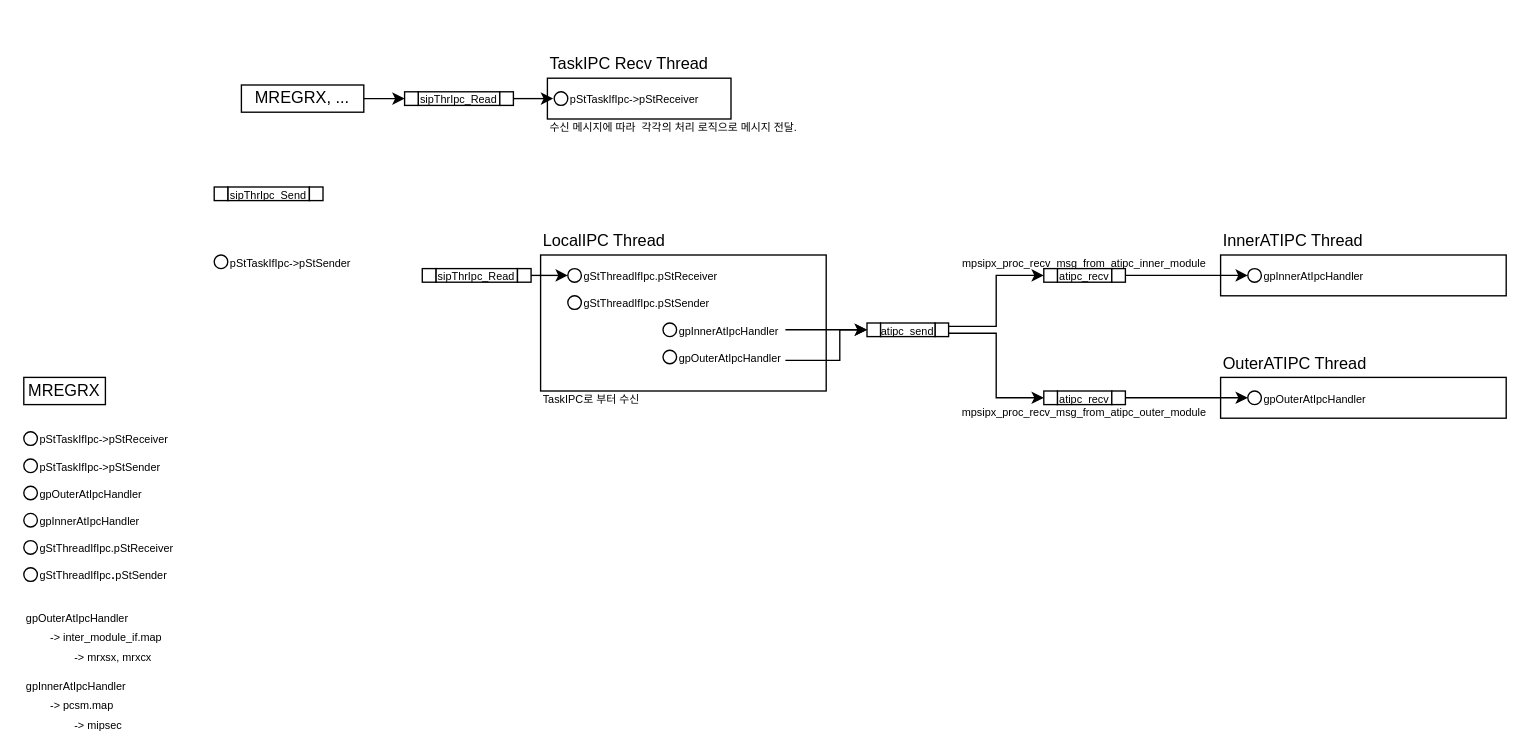
Before: MPSIPX.drawio in JaeHyeon774/NEWTIL, a draw.io diagram. Source tidied: cells renumbered, new cells numbered last; positions are measured from the earlier drawing's top-left corner, leaving out a move shared by most shapes. Both pictures are drawn from the tidied source at 136%, with x=0, y=0 at pixel (23, 50).
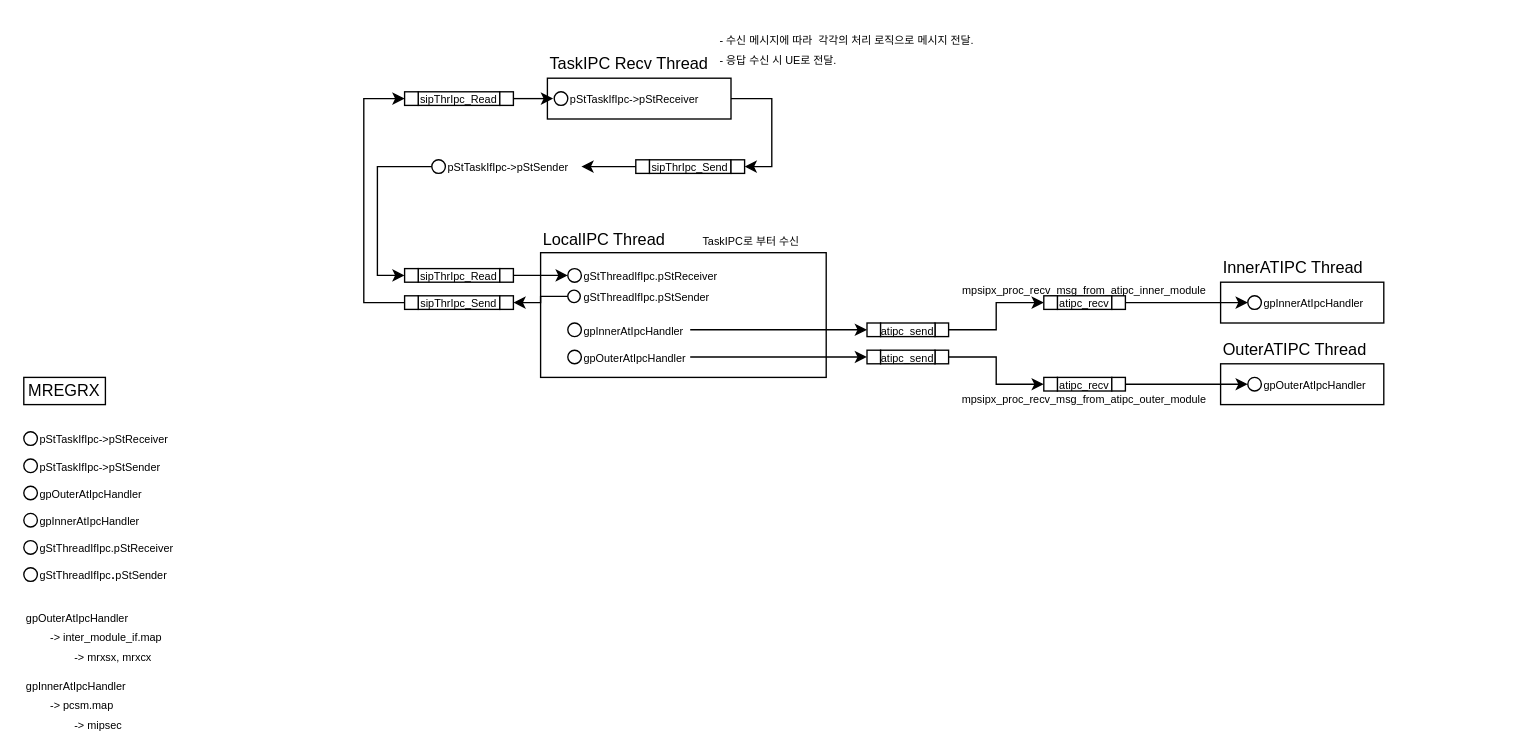
After the change.

The change refers to these unchanged cells:
```xml
<mxCell id="2" style="rounded=0;whiteSpace=wrap;html=1;" parent="1" vertex="1">
  <mxGeometry x="385" y="20" width="135" height="30" as="geometry" />
</mxCell>
<mxCell id="31" style="rounded=0;whiteSpace=wrap;html=1;" parent="29" vertex="1">
  <mxGeometry width="10" height="10" as="geometry" />
</mxCell>
<mxCell id="41" style="rounded=0;whiteSpace=wrap;html=1;" parent="39" vertex="1">
  <mxGeometry width="10" height="10" as="geometry" />
</mxCell>
<mxCell id="51" style="rounded=0;whiteSpace=wrap;html=1;" parent="48" vertex="1">
  <mxGeometry width="10" height="10" as="geometry" />
</mxCell>
<mxCell id="53" style="rounded=0;whiteSpace=wrap;html=1;" parent="52" vertex="1">
  <mxGeometry x="50" width="10" height="10" as="geometry" />
</mxCell>
<mxCell id="54" style="rounded=0;whiteSpace=wrap;html=1;" parent="52" vertex="1">
  <mxGeometry width="10" height="10" as="geometry" />
</mxCell>
<mxCell id="67" value="&lt;font style=&quot;font-size: 8px;&quot;&gt;gpOuterAtIpcHandler&lt;/font&gt;" style="text;html=1;align=left;verticalAlign=middle;whiteSpace=wrap;rounded=0;" parent="65" vertex="1">
  <mxGeometry x="10" width="80" height="10" as="geometry" />
</mxCell>
<mxCell id="77" style="rounded=0;whiteSpace=wrap;html=1;" parent="74" vertex="1">
  <mxGeometry width="10" height="10" as="geometry" />
</mxCell>
<mxCell id="86" style="rounded=0;whiteSpace=wrap;html=1;" parent="84" vertex="1">
  <mxGeometry x="70" width="10" height="10" as="geometry" />
</mxCell>
<mxCell id="87" style="rounded=0;whiteSpace=wrap;html=1;" parent="84" vertex="1">
  <mxGeometry width="10" height="10" as="geometry" />
</mxCell>
<mxCell id="89" style="ellipse;whiteSpace=wrap;html=1;" parent="88" vertex="1">
  <mxGeometry width="10" height="10" as="geometry" />
</mxCell>
<mxCell id="90" value="&lt;font style=&quot;font-size: 8px;&quot;&gt;pStTaskIfIpc-&amp;gt;pStSender&lt;/font&gt;" style="text;html=1;align=left;verticalAlign=middle;whiteSpace=wrap;rounded=0;" parent="88" vertex="1">
  <mxGeometry x="10" width="100" height="10" as="geometry" />
</mxCell>
```

The edit, as a diff of the source:
```diff
@@
+    <mxCell id="96" style="group;" parent="1" vertex="1">
+      <mxGeometry x="880" y="150" width="120" height="50" as="geometry" />
+    </mxCell>
+    <mxCell id="10" style="rounded=0;whiteSpace=wrap;html=1;" parent="96" vertex="1">
+      <mxGeometry y="20" width="120" height="30" as="geometry" />
+    </mxCell>
+    <mxCell id="11" value="InnerATIPC Thread" style="text;html=1;align=left;verticalAlign=middle;whiteSpace=wrap;rounded=0;" parent="96" vertex="1">
+      <mxGeometry width="120" height="20" as="geometry" />
+    </mxCell>
+    <mxCell id="97" style="group;" parent="1" vertex="1">
+      <mxGeometry x="880" y="210" width="120" height="50" as="geometry" />
+    </mxCell>
+    <mxCell id="13" style="rounded=0;whiteSpace=wrap;html=1;" parent="97" vertex="1">
+      <mxGeometry y="20" width="120" height="30" as="geometry" />
+    </mxCell>
+    <mxCell id="14" value="OuterATIPC Thread" style="text;html=1;align=left;verticalAlign=middle;whiteSpace=wrap;rounded=0;" parent="97" vertex="1">
+      <mxGeometry width="120" height="20" as="geometry" />
+    </mxCell>
+    <mxCell id="98" style="edgeStyle=orthogonalEdgeStyle;rounded=0;jettySize=auto;html=1;exitX=1;exitY=0.5;exitDx=0;exitDy=0;entryX=1;entryY=0.5;entryDx=0;entryDy=0;" parent="1" edge="1" source="2" target="86">
+      <mxGeometry relative="1" as="geometry" />
+    </mxCell>
@@
     <mxCell id="3" style="group;" parent="1" vertex="1">
-      <mxGeometry x="380" y="130" width="210" height="120" as="geometry" />
+      <mxGeometry x="380" y="130" width="210" height="110" as="geometry" />
     </mxCell>
     <mxCell id="4" style="rounded=0;whiteSpace=wrap;html=1;" parent="3" vertex="1">
-      <mxGeometry y="20" width="210" height="100" as="geometry" />
+      <mxGeometry y="18.3" width="210" height="91.7" as="geometry" />
     </mxCell>
     <mxCell id="5" value="LocalIPC Thread" style="text;html=1;align=left;verticalAlign=middle;whiteSpace=wrap;rounded=0;" parent="3" vertex="1">
-      <mxGeometry width="120" height="20" as="geometry" />
+      <mxGeometry width="120" height="18.3" as="geometry" />
     </mxCell>
     <mxCell id="6" style="group;" parent="3" vertex="1">
-      <mxGeometry x="20" y="50" width="110" height="10" as="geometry" />
+      <mxGeometry x="20" y="45.8" width="110" height="9.2" as="geometry" />
     </mxCell>
     <mxCell id="7" value="&lt;font style=&quot;font-size: 8px;&quot;&gt;gStThreadIfIpc.pStSender&lt;/font&gt;" style="text;html=1;align=left;verticalAlign=middle;whiteSpace=wrap;rounded=0;" parent="6" vertex="1">
-      <mxGeometry x="10" width="100" height="10" as="geometry" />
+      <mxGeometry x="10" width="100" height="9.2" as="geometry" />
     </mxCell>
     <mxCell id="8" style="ellipse;whiteSpace=wrap;html=1;" parent="6" vertex="1">
-      <mxGeometry width="10" height="10" as="geometry" />
+      <mxGeometry width="9.2" height="9.2" as="geometry" />
     </mxCell>
-    <mxCell id="9" style="group;" parent="1" vertex="1">
-      <mxGeometry x="880" y="130" width="210" height="80" as="geometry" />
-    </mxCell>
-    <mxCell id="10" style="rounded=0;whiteSpace=wrap;html=1;" parent="9" vertex="1">
-      <mxGeometry y="20" width="210" height="30" as="geometry" />
-    </mxCell>
-    <mxCell id="11" value="InnerATIPC Thread" style="text;html=1;align=left;verticalAlign=middle;whiteSpace=wrap;rounded=0;" parent="9" vertex="1">
-      <mxGeometry width="120" height="20" as="geometry" />
-    </mxCell>
-    <mxCell id="12" style="group;" parent="1" vertex="1">
-      <mxGeometry x="880" y="220" width="210" height="80" as="geometry" />
-    </mxCell>
-    <mxCell id="13" style="rounded=0;whiteSpace=wrap;html=1;" parent="12" vertex="1">
-      <mxGeometry y="20" width="210" height="30" as="geometry" />
-    </mxCell>
-    <mxCell id="14" value="OuterATIPC Thread" style="text;html=1;align=left;verticalAlign=middle;whiteSpace=wrap;rounded=0;" parent="12" vertex="1">
-      <mxGeometry width="120" height="20" as="geometry" />
-    </mxCell>
+    <mxCell id="91" value="&lt;font style=&quot;font-size: 8px;&quot;&gt;TaskIPC로 부터 수신&lt;/font&gt;" style="text;html=1;whiteSpace=wrap;strokeColor=none;fillColor=none;align=center;verticalAlign=middle;rounded=0;" parent="3" vertex="1">
+      <mxGeometry x="110" y="4.2" width="90" height="10" as="geometry" />
+    </mxCell>
@@
     <mxCell id="27" value="&lt;font style=&quot;font-size: 8px;&quot;&gt;mpsipx_proc_recv_msg_from_atipc_inner_module&lt;/font&gt;" style="text;html=1;align=center;verticalAlign=middle;whiteSpace=wrap;rounded=0;" parent="1" vertex="1">
-      <mxGeometry x="680" y="150" width="200" height="10" as="geometry" />
+      <mxGeometry x="680" y="170" width="200" height="10" as="geometry" />
     </mxCell>
     <mxCell id="28" value="&lt;font style=&quot;font-size: 8px;&quot;&gt;mpsipx_proc_recv_msg_from_atipc_outer_module&lt;/font&gt;" style="text;html=1;align=center;verticalAlign=middle;whiteSpace=wrap;rounded=0;" parent="1" vertex="1">
-      <mxGeometry x="680" y="260" width="200" height="10" as="geometry" />
+      <mxGeometry x="680" y="250" width="200" height="10" as="geometry" />
     </mxCell>
     <mxCell id="29" style="group;" parent="1" vertex="1">
-      <mxGeometry x="750" y="160" width="60" height="10" as="geometry" />
+      <mxGeometry x="750" y="180" width="60" height="10" as="geometry" />
     </mxCell>
@@
     <mxCell id="33" style="group;" parent="1" vertex="1">
-      <mxGeometry x="900" y="160" width="90" height="10" as="geometry" />
+      <mxGeometry x="900" y="180" width="90" height="10" as="geometry" />
     </mxCell>
@@
     <mxCell id="36" style="group;" parent="1" vertex="1">
-      <mxGeometry x="900" y="250" width="90" height="10" as="geometry" />
+      <mxGeometry x="900" y="240" width="90" height="10" as="geometry" />
     </mxCell>
@@
     <mxCell id="39" style="group;" parent="1" vertex="1">
-      <mxGeometry x="750" y="250" width="60" height="10" as="geometry" />
+      <mxGeometry x="750" y="240" width="60" height="10" as="geometry" />
     </mxCell>
@@
     <mxCell id="48" style="group;" parent="1" vertex="1">
-      <mxGeometry x="293" y="160" width="80" height="10" as="geometry" />
+      <mxGeometry x="280" y="160" width="80" height="10" as="geometry" />
     </mxCell>
@@
     <mxCell id="62" style="group;" parent="1" vertex="1">
-      <mxGeometry x="470" y="200" width="90" height="10" as="geometry" />
+      <mxGeometry x="400" y="200" width="90" height="10" as="geometry" />
     </mxCell>
@@
     <mxCell id="65" style="group;" parent="1" vertex="1">
-      <mxGeometry x="470" y="220" width="90" height="10" as="geometry" />
+      <mxGeometry x="400" y="220" width="90" height="10" as="geometry" />
     </mxCell>
@@
-    <mxCell id="69" style="edgeStyle=orthogonalEdgeStyle;rounded=0;jettySize=auto;html=1;exitX=1;exitY=0.75;exitDx=0;exitDy=0;entryX=0;entryY=0.5;entryDx=0;entryDy=0;" parent="1" edge="1" source="67" target="54">
-      <mxGeometry relative="1" as="geometry">
-        <Array as="points">
-          <mxPoint x="600" y="228" />
-          <mxPoint x="600" y="205" />
-        </Array>
-      </mxGeometry>
-    </mxCell>
@@
-    <mxCell id="79" value="&lt;font style=&quot;font-size: 8px;&quot;&gt;수신 메시지에 따라&amp;nbsp; 각각의 처리 로직으로 메시지 전달.&lt;/font&gt;" style="text;html=1;align=left;verticalAlign=middle;whiteSpace=wrap;rounded=0;" parent="1" vertex="1">
-      <mxGeometry x="385" y="50" width="250" height="10" as="geometry" />
+    <mxCell id="79" value="&lt;font style=&quot;font-size: 8px;&quot;&gt;- 수신 메시지에 따라&amp;nbsp; 각각의 처리 로직으로 메시지 전달.&lt;br&gt;- 응답 수신 시 UE로 전달.&lt;/font&gt;" style="text;html=1;align=left;verticalAlign=middle;whiteSpace=wrap;rounded=0;" parent="1" vertex="1">
+      <mxGeometry x="510" y="-20" width="190" height="35" as="geometry" />
     </mxCell>
@@
-    <mxCell id="81" style="edgeStyle=orthogonalEdgeStyle;rounded=0;jettySize=auto;html=1;exitX=1;exitY=0.5;exitDx=0;exitDy=0;entryX=0;entryY=0.5;entryDx=0;entryDy=0;" parent="1" edge="1" source="82" target="77">
-      <mxGeometry relative="1" as="geometry" />
-    </mxCell>
-    <mxCell id="82" value="MREGRX, ..." style="rounded=0;whiteSpace=wrap;html=1;" parent="1" vertex="1">
-      <mxGeometry x="160" y="25" width="90" height="20" as="geometry" />
-    </mxCell>
@@
     <mxCell id="84" style="group;" parent="1" vertex="1">
-      <mxGeometry x="140" y="100" width="80" height="10" as="geometry" />
+      <mxGeometry x="450" y="80" width="80" height="10" as="geometry" />
     </mxCell>
@@
     <mxCell id="88" style="group;" parent="1" vertex="1">
-      <mxGeometry x="140" y="150" width="110" height="10" as="geometry" />
+      <mxGeometry x="300" y="80" width="110" height="10" as="geometry" />
     </mxCell>
@@
-    <mxCell id="91" value="&lt;font style=&quot;font-size: 8px;&quot;&gt;TaskIPC로 부터 수신&lt;/font&gt;" style="text;html=1;whiteSpace=wrap;strokeColor=none;fillColor=none;align=left;verticalAlign=middle;rounded=0;" parent="1" vertex="1">
-      <mxGeometry x="380" y="250" width="90" height="10" as="geometry" />
-    </mxCell>
-    <mxCell id="92" style="edgeStyle=orthogonalEdgeStyle;rounded=0;jettySize=auto;html=1;exitX=1;exitY=0.25;exitDx=0;exitDy=0;entryX=0;entryY=0.5;entryDx=0;entryDy=0;" parent="1" edge="1" source="53" target="31">
+    <mxCell id="92" style="edgeStyle=orthogonalEdgeStyle;rounded=0;jettySize=auto;html=1;exitX=1;exitY=0.5;exitDx=0;exitDy=0;entryX=0;entryY=0.5;entryDx=0;entryDy=0;" parent="1" edge="1" source="53" target="31">
       <mxGeometry relative="1" as="geometry" />
     </mxCell>
-    <mxCell id="93" style="edgeStyle=orthogonalEdgeStyle;rounded=0;jettySize=auto;html=1;exitX=1;exitY=0.75;exitDx=0;exitDy=0;entryX=0;entryY=0.5;entryDx=0;entryDy=0;" parent="1" edge="1" source="53" target="41">
+    <mxCell id="93" style="edgeStyle=orthogonalEdgeStyle;rounded=0;jettySize=auto;html=1;exitX=1;exitY=0.5;exitDx=0;exitDy=0;entryX=0;entryY=0.5;entryDx=0;entryDy=0;" parent="1" edge="1" source="106" target="41">
       <mxGeometry relative="1" as="geometry" />
     </mxCell>
@@
+    <mxCell id="99" style="group;" parent="1" vertex="1">
+      <mxGeometry x="280" y="180" width="80" height="10" as="geometry" />
+    </mxCell>
+    <mxCell id="100" value="&lt;font style=&quot;font-size: 8px;&quot;&gt;sipThrIpc_Send&lt;/font&gt;" style="rounded=0;whiteSpace=wrap;html=1;" parent="99" vertex="1">
+      <mxGeometry x="10" width="60" height="10" as="geometry" />
+    </mxCell>
+    <mxCell id="101" style="rounded=0;whiteSpace=wrap;html=1;" parent="99" vertex="1">
+      <mxGeometry x="70" width="10" height="10" as="geometry" />
+    </mxCell>
+    <mxCell id="102" style="rounded=0;whiteSpace=wrap;html=1;" parent="99" vertex="1">
+      <mxGeometry width="10" height="10" as="geometry" />
+    </mxCell>
+    <mxCell id="103" style="edgeStyle=orthogonalEdgeStyle;rounded=0;jettySize=auto;html=1;exitX=0;exitY=0.5;exitDx=0;exitDy=0;entryX=1;entryY=0.5;entryDx=0;entryDy=0;" parent="1" edge="1" source="8" target="101">
+      <mxGeometry relative="1" as="geometry" />
+    </mxCell>
+    <mxCell id="104" style="edgeStyle=orthogonalEdgeStyle;rounded=0;jettySize=auto;html=1;exitX=0;exitY=0.5;exitDx=0;exitDy=0;entryX=0;entryY=0.5;entryDx=0;entryDy=0;" parent="1" edge="1" source="102" target="77">
+      <mxGeometry relative="1" as="geometry">
+        <Array as="points">
+          <mxPoint x="250" y="185" />
+          <mxPoint x="250" y="35" />
+        </Array>
+      </mxGeometry>
+    </mxCell>
+    <mxCell id="105" style="group;" parent="1" vertex="1">
+      <mxGeometry x="620" y="220" width="60" height="10" as="geometry" />
+    </mxCell>
+    <mxCell id="106" style="rounded=0;whiteSpace=wrap;html=1;" parent="105" vertex="1">
+      <mxGeometry x="50" width="10" height="10" as="geometry" />
+    </mxCell>
+    <mxCell id="107" style="rounded=0;whiteSpace=wrap;html=1;" parent="105" vertex="1">
+      <mxGeometry width="10" height="10" as="geometry" />
+    </mxCell>
+    <mxCell id="108" value="&lt;font style=&quot;font-size: 8px;&quot;&gt;atipc_send&lt;/font&gt;" style="rounded=0;whiteSpace=wrap;html=1;" parent="105" vertex="1">
+      <mxGeometry x="10" width="40" height="10" as="geometry" />
+    </mxCell>
+    <mxCell id="109" style="edgeStyle=orthogonalEdgeStyle;rounded=0;jettySize=auto;html=1;exitX=1;exitY=0.5;exitDx=0;exitDy=0;entryX=0;entryY=0.5;entryDx=0;entryDy=0;" parent="1" edge="1" source="67" target="107">
+      <mxGeometry relative="1" as="geometry" />
+    </mxCell>
+    <mxCell id="110" style="edgeStyle=orthogonalEdgeStyle;rounded=0;jettySize=auto;html=1;exitX=0;exitY=0.5;exitDx=0;exitDy=0;entryX=1;entryY=0.5;entryDx=0;entryDy=0;" parent="1" edge="1" source="87" target="90">
+      <mxGeometry relative="1" as="geometry" />
+    </mxCell>
+    <mxCell id="111" style="edgeStyle=orthogonalEdgeStyle;rounded=0;jettySize=auto;html=1;exitX=0;exitY=0.5;exitDx=0;exitDy=0;entryX=0;entryY=0.5;entryDx=0;entryDy=0;" parent="1" edge="1" source="89" target="51">
+      <mxGeometry relative="1" as="geometry" />
+    </mxCell>
```
